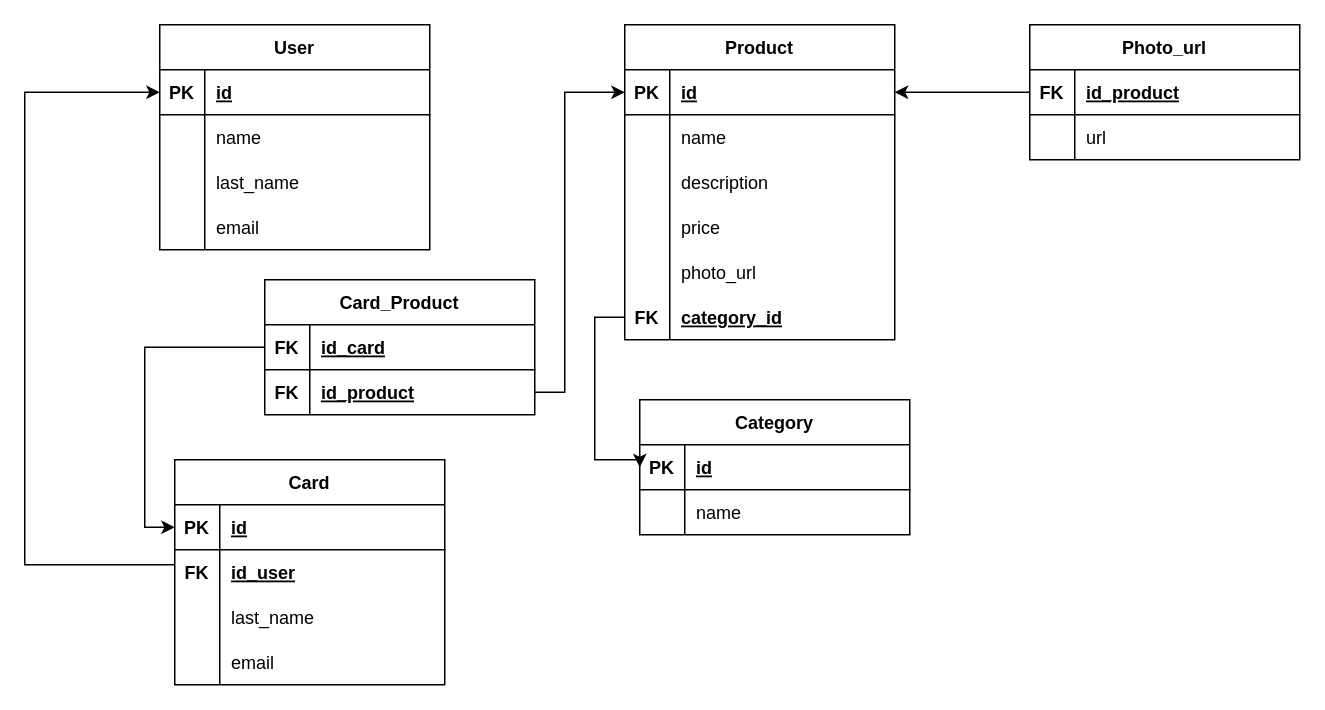
This is page "Database" (2 of 3) of Withcer_map.drawio from DemonMaike/dj_shop_the_withcer, a draw.io file, before an edit. Source tidied: cells renumbered, new cells numbered last; positions are measured from the earlier drawing's top-left corner, leaving out a move shared by most shapes. Both pictures are drawn from the tidied source at 150%, with x=0, y=0 at pixel (24, 24).
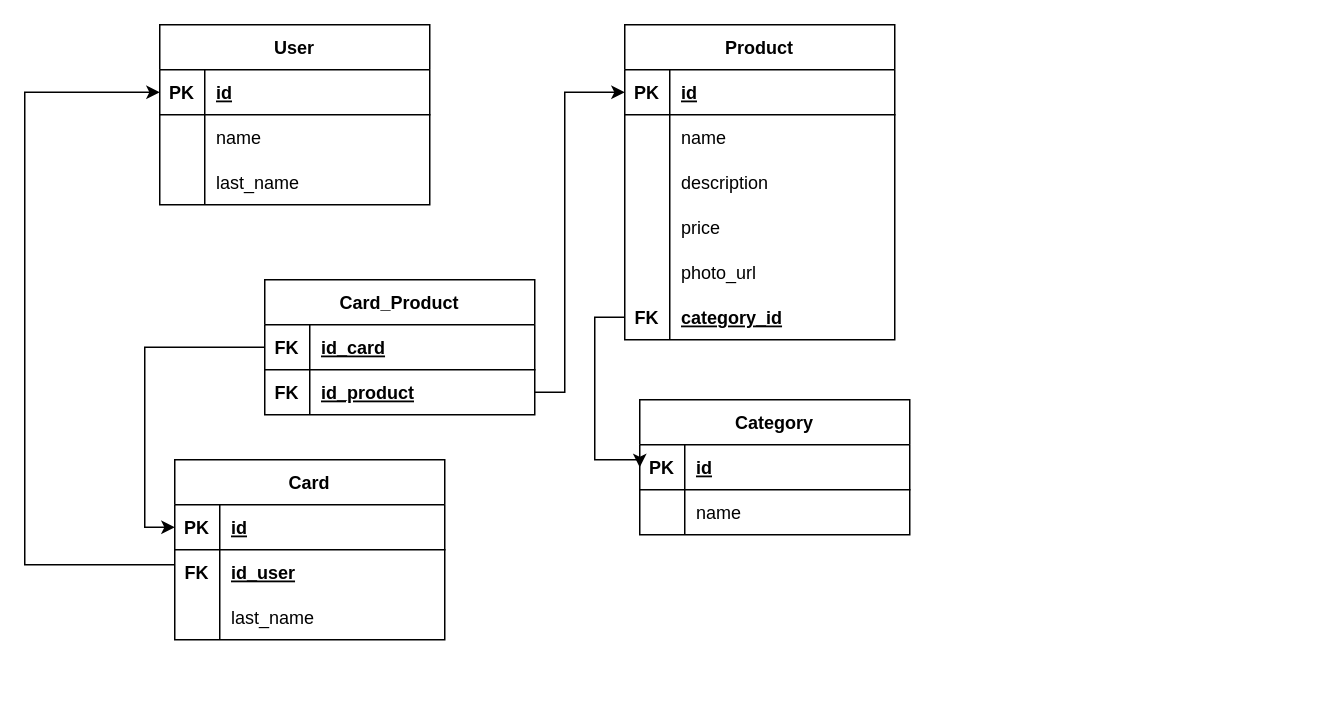
The same page after the edit.

The change refers to these unchanged cells:
```xml
<mxCell id="36" style="shape=tableRow;horizontal=0;startSize=0;swimlaneHead=0;swimlaneBody=0;fillColor=none;points=[[0,0.5],[1,0.5]];portConstraint=eastwest;top=0;left=0;right=0;bottom=1;" parent="35" vertex="1">
  <mxGeometry y="30" width="180" height="30" as="geometry" />
</mxCell>
```

Change to the diagram source:
```diff
@@
     <mxCell id="2" value="User" style="shape=table;startSize=30;childLayout=tableLayout;rowLines=0;fontStyle=1;align=center;" parent="1" vertex="1">
-      <mxGeometry x="90" width="180" height="150" as="geometry" />
+      <mxGeometry x="90" width="180" height="120" as="geometry" />
     </mxCell>
@@
-    <mxCell id="12" style="shape=tableRow;horizontal=0;startSize=0;swimlaneHead=0;swimlaneBody=0;fillColor=none;top=0;left=0;right=0;bottom=0;" parent="2" vertex="1">
-      <mxGeometry y="120" width="180" height="30" as="geometry" />
-    </mxCell>
-    <mxCell id="13" style="shape=partialRectangle;fillColor=none;top=0;left=0;bottom=0;right=0;overflow=hidden;" parent="12" vertex="1">
-      <mxGeometry width="30" height="30" as="geometry" />
-    </mxCell>
-    <mxCell id="14" value="email" style="shape=partialRectangle;fillColor=none;top=0;left=0;bottom=0;right=0;align=left;spacingLeft=6;overflow=hidden;" parent="12" vertex="1">
-      <mxGeometry x="30" width="150" height="30" as="geometry" />
-    </mxCell>
     <mxCell id="15" value="Card" style="shape=table;startSize=30;childLayout=tableLayout;rowLines=0;fontStyle=1;align=center;" parent="1" vertex="1">
-      <mxGeometry x="100" y="290" width="180" height="150" as="geometry" />
+      <mxGeometry x="100" y="290" width="180" height="120" as="geometry" />
     </mxCell>
@@
-    <mxCell id="25" style="shape=tableRow;horizontal=0;startSize=0;swimlaneHead=0;swimlaneBody=0;fillColor=none;top=0;left=0;right=0;bottom=0;" parent="15" vertex="1">
-      <mxGeometry y="120" width="180" height="30" as="geometry" />
-    </mxCell>
-    <mxCell id="26" style="shape=partialRectangle;fillColor=none;top=0;left=0;bottom=0;right=0;overflow=hidden;" parent="25" vertex="1">
-      <mxGeometry width="30" height="30" as="geometry" />
-    </mxCell>
-    <mxCell id="27" value="email" style="shape=partialRectangle;fillColor=none;top=0;left=0;bottom=0;right=0;align=left;spacingLeft=6;overflow=hidden;" parent="25" vertex="1">
-      <mxGeometry x="30" width="150" height="30" as="geometry" />
-    </mxCell>
@@
-    <mxCell id="69" value="Photo_url" style="shape=table;startSize=30;childLayout=tableLayout;rowLines=0;fontStyle=1;align=center;" parent="1" vertex="1">
-      <mxGeometry x="670" width="180" height="90" as="geometry" />
-    </mxCell>
-    <mxCell id="70" style="shape=tableRow;horizontal=0;startSize=0;swimlaneHead=0;swimlaneBody=0;fillColor=none;points=[[0,0.5],[1,0.5]];portConstraint=eastwest;top=0;left=0;right=0;bottom=1;" parent="69" vertex="1">
-      <mxGeometry y="30" width="180" height="30" as="geometry" />
-    </mxCell>
-    <mxCell id="71" value="FK" style="shape=partialRectangle;fillColor=none;top=0;left=0;bottom=0;right=0;fontStyle=1;overflow=hidden;" parent="70" vertex="1">
-      <mxGeometry width="30" height="30" as="geometry" />
-    </mxCell>
-    <mxCell id="72" value="id_product" style="shape=partialRectangle;fillColor=none;top=0;left=0;bottom=0;right=0;align=left;spacingLeft=6;fontStyle=5;overflow=hidden;" parent="70" vertex="1">
-      <mxGeometry x="30" width="150" height="30" as="geometry" />
-    </mxCell>
-    <mxCell id="73" style="shape=tableRow;horizontal=0;startSize=0;swimlaneHead=0;swimlaneBody=0;fillColor=none;top=0;left=0;right=0;bottom=0;" parent="69" vertex="1">
-      <mxGeometry y="60" width="180" height="30" as="geometry" />
-    </mxCell>
-    <mxCell id="74" style="shape=partialRectangle;fillColor=none;top=0;left=0;bottom=0;right=0;overflow=hidden;" parent="73" vertex="1">
-      <mxGeometry width="30" height="30" as="geometry" />
-    </mxCell>
-    <mxCell id="75" value="url" style="shape=partialRectangle;fillColor=none;top=0;left=0;bottom=0;right=0;align=left;spacingLeft=6;overflow=hidden;" parent="73" vertex="1">
-      <mxGeometry x="30" width="150" height="30" as="geometry" />
-    </mxCell>
-    <mxCell id="76" style="edgeStyle=orthogonalEdgeStyle;rounded=0;jettySize=auto;html=1;" parent="1" edge="1" source="70" target="36">
-      <mxGeometry relative="1" as="geometry" />
-    </mxCell>
```
